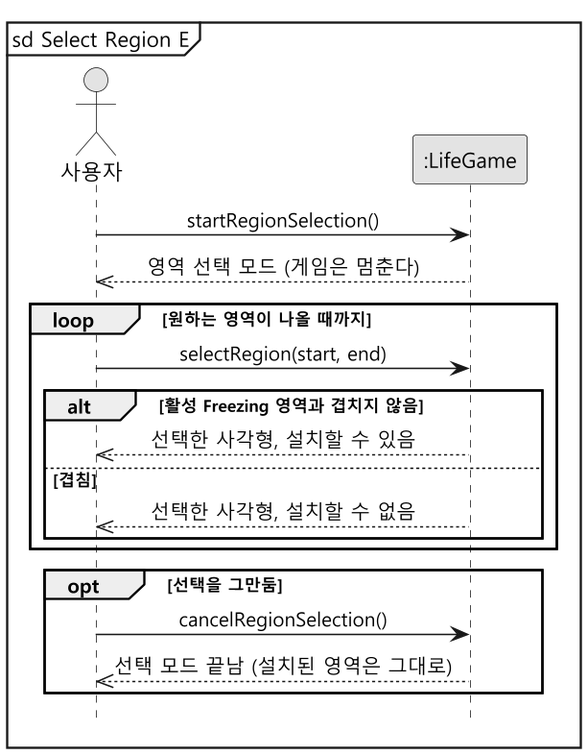
Earlier version of the PlantUML export docs/freezing/diagram/ssd-select-region.png (mckimR1972/DP_team_project).
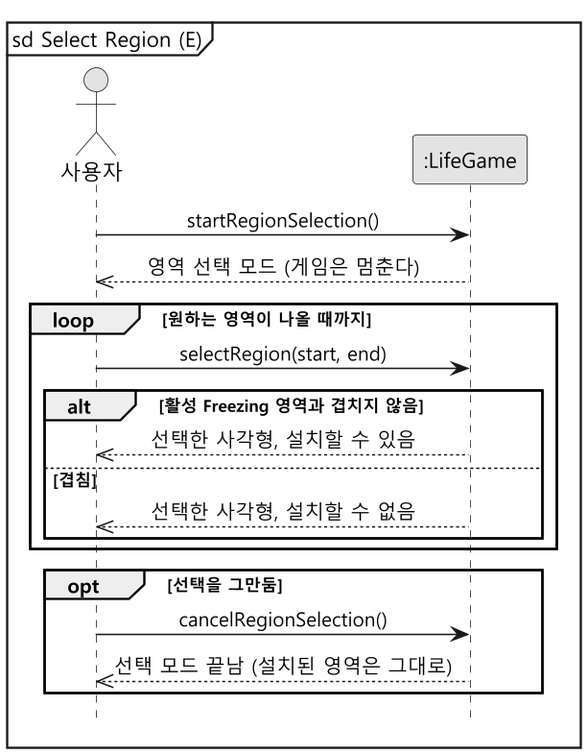
After the commit.

What changed in the source:
```diff
@@ -5,7 +5,7 @@
 skinparam defaultFontName "Malgun Gothic"
 skinparam sequenceMessageAlign center
 hide footbox
-mainframe sd Select Region E
+mainframe sd Select Region (E)
 
 actor "사용자" as User
 participant ":LifeGame" as System
```
